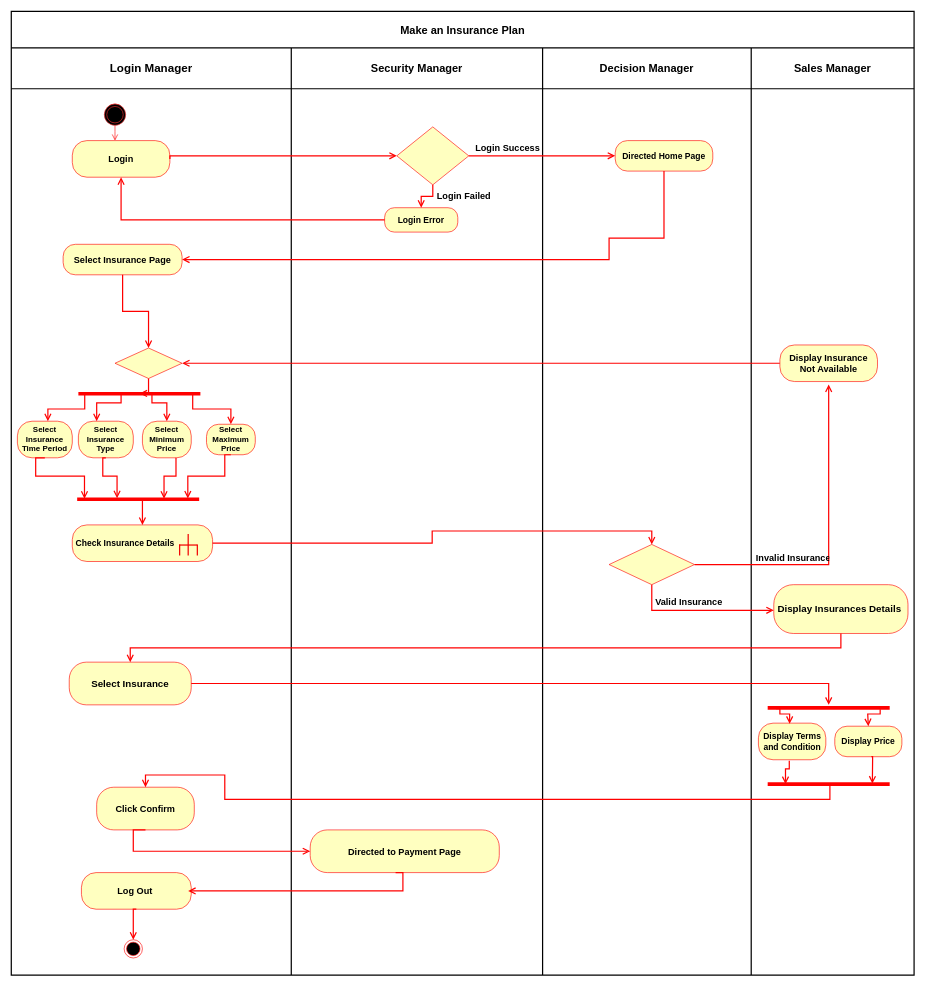
Above: todst.drawio in rivinduchamath/Helth-Insurance- (draw.io), before the change. Source tidied: cells renumbered, new cells numbered last; positions are measured from the earlier drawing's top-left corner, leaving out a move shared by most shapes. Both pictures are drawn from the tidied source at 61%, with x=0, y=0 at pixel (11, 11).
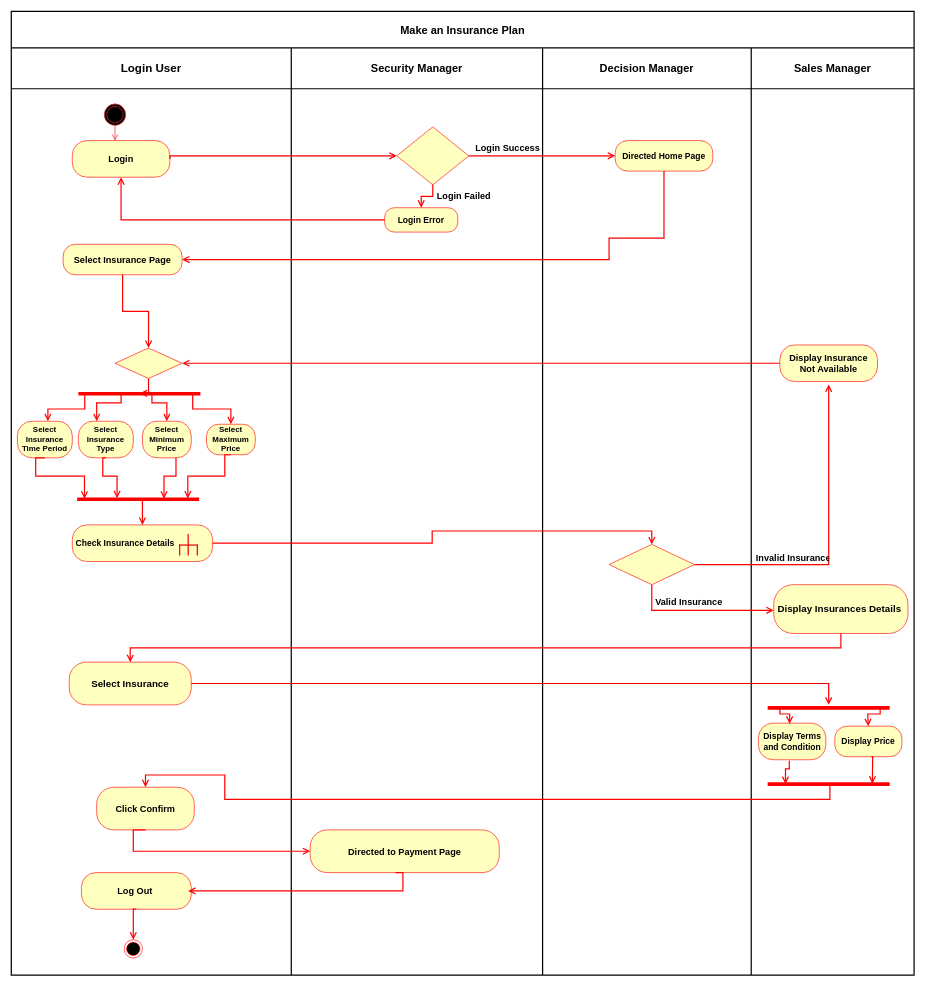
Above is the later version.

Unchanged cells that the change refers to:
```xml
<mxCell id="3" style="shape=tableRow;horizontal=0;startSize=0;swimlaneHead=0;swimlaneBody=0;top=0;left=0;bottom=0;right=0;fillColor=none;" parent="2" vertex="1">
  <mxGeometry y="60" width="1480" height="67" as="geometry" />
</mxCell>
```

Change to the diagram source:
```diff
@@
-    <mxCell id="4" value="&lt;b&gt;&lt;font style=&quot;font-size: 19px&quot;&gt;Login Manager&lt;/font&gt;&lt;/b&gt;" style="shape=partialRectangle;html=1;whiteSpace=wrap;fillColor=none;top=0;left=0;bottom=0;right=0;overflow=hidden;" parent="3" vertex="1">
+    <mxCell id="4" value="&lt;b&gt;&lt;font style=&quot;font-size: 19px&quot;&gt;Login User&lt;/font&gt;&lt;/b&gt;" style="shape=partialRectangle;html=1;whiteSpace=wrap;fillColor=none;top=0;left=0;bottom=0;right=0;overflow=hidden;" parent="3" vertex="1">
       <mxGeometry width="459" height="67" as="geometry" />
     </mxCell>
```
